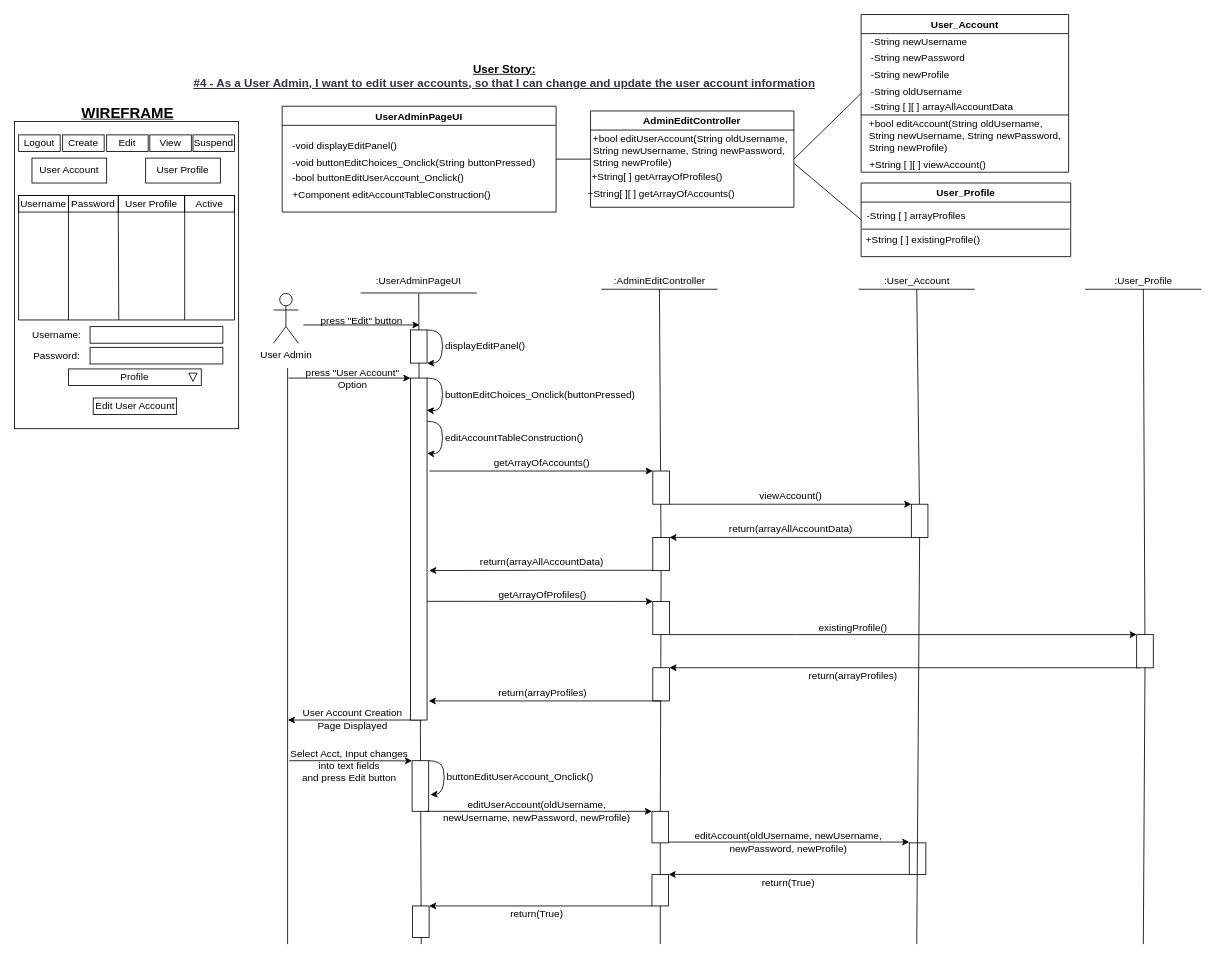
Earlier version of the draw.io diagram BCE_UML_and_Diagrams/UserAdmin/UserAdmin_Edit(#4&9)/UserStory#4_EditUserAccount.drawio (extred5700/JAVAGUI-Restaurant-Table-Order-System). Source tidied: cells renumbered, new cells numbered last; positions are measured from the earlier drawing's top-left corner, leaving out a move shared by most shapes. Both pictures are drawn from the tidied source at 83%, with x=0, y=0 at pixel (14, 14).
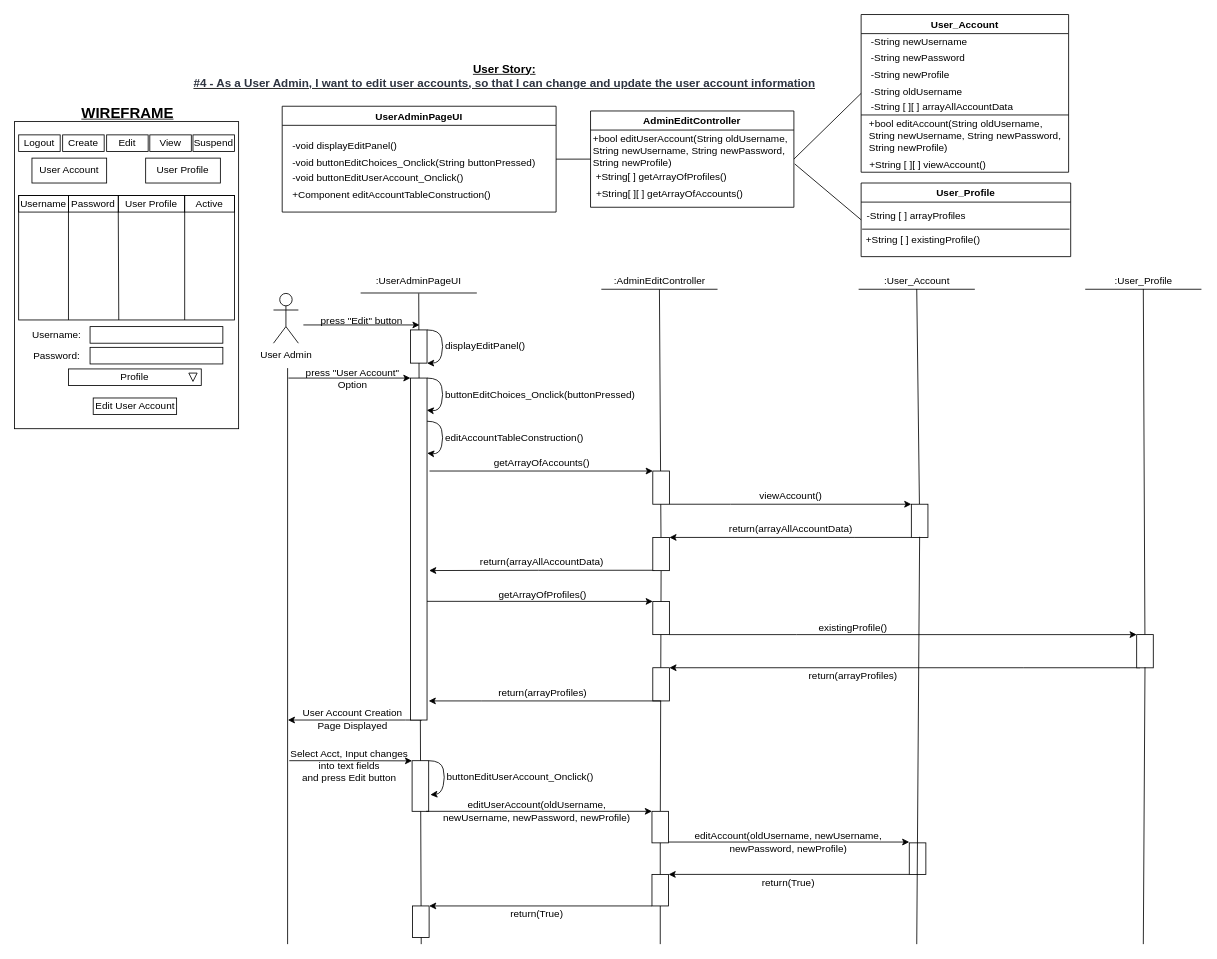
The same diagram, later.

The change refers to these unchanged cells:
```xml
<mxCell id="5" value="UserAdminPageUI" style="swimlane;" parent="1" vertex="1">
  <mxGeometry x="322.5" y="110.5" width="330" height="127.5" as="geometry" />
</mxCell>
<mxCell id="10" value="AdminEditController" style="swimlane;" parent="1" vertex="1">
  <mxGeometry x="694" y="116.2" width="245" height="116" as="geometry" />
</mxCell>
```

Diff of the diagram source:
```diff
@@
-    <mxCell id="9" value="-bool buttonEditUserAccount_Onclick()" style="text;html=1;align=left;verticalAlign=middle;strokeColor=none;fillColor=none;" parent="5" vertex="1">
+    <mxCell id="9" value="-void buttonEditUserAccount_Onclick()" style="text;html=1;align=left;verticalAlign=middle;strokeColor=none;fillColor=none;" parent="5" vertex="1">
       <mxGeometry x="10" y="76" width="220" height="20" as="geometry" />
     </mxCell>
@@
     <mxCell id="12" value="+String[ ] getArrayOfProfiles()" style="text;html=1;align=center;verticalAlign=middle;strokeColor=none;fillColor=none;" parent="10" vertex="1">
-      <mxGeometry x="-5" y="70.2" width="170" height="20" as="geometry" />
+      <mxGeometry y="70.2" width="170" height="20" as="geometry" />
     </mxCell>
     <mxCell id="13" value="+String[ ][ ] getArrayOfAccounts()" style="text;html=1;align=center;verticalAlign=middle;strokeColor=none;fillColor=none;" parent="10" vertex="1">
-      <mxGeometry x="-10" y="90.2" width="190" height="20" as="geometry" />
+      <mxGeometry y="90.2" width="190" height="20" as="geometry" />
     </mxCell>
```
